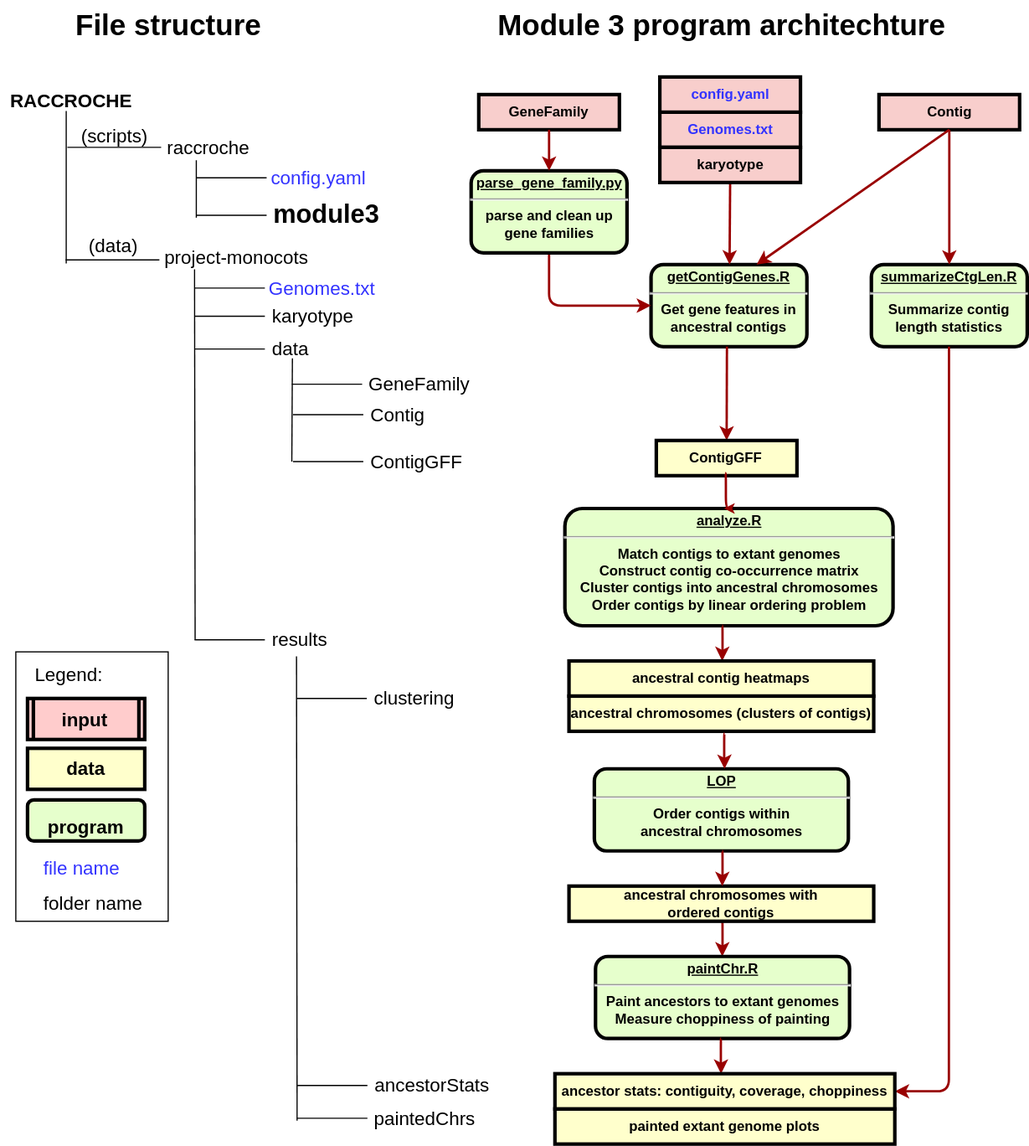
The draw.io diagram documentation/Module3-structure.svg in jin-repo/RACCROCHE, before a commit. Source tidied: cells renumbered, new cells last; positions are measured from the earlier drawing's top-left corner, leaving out a move shared by most shapes.
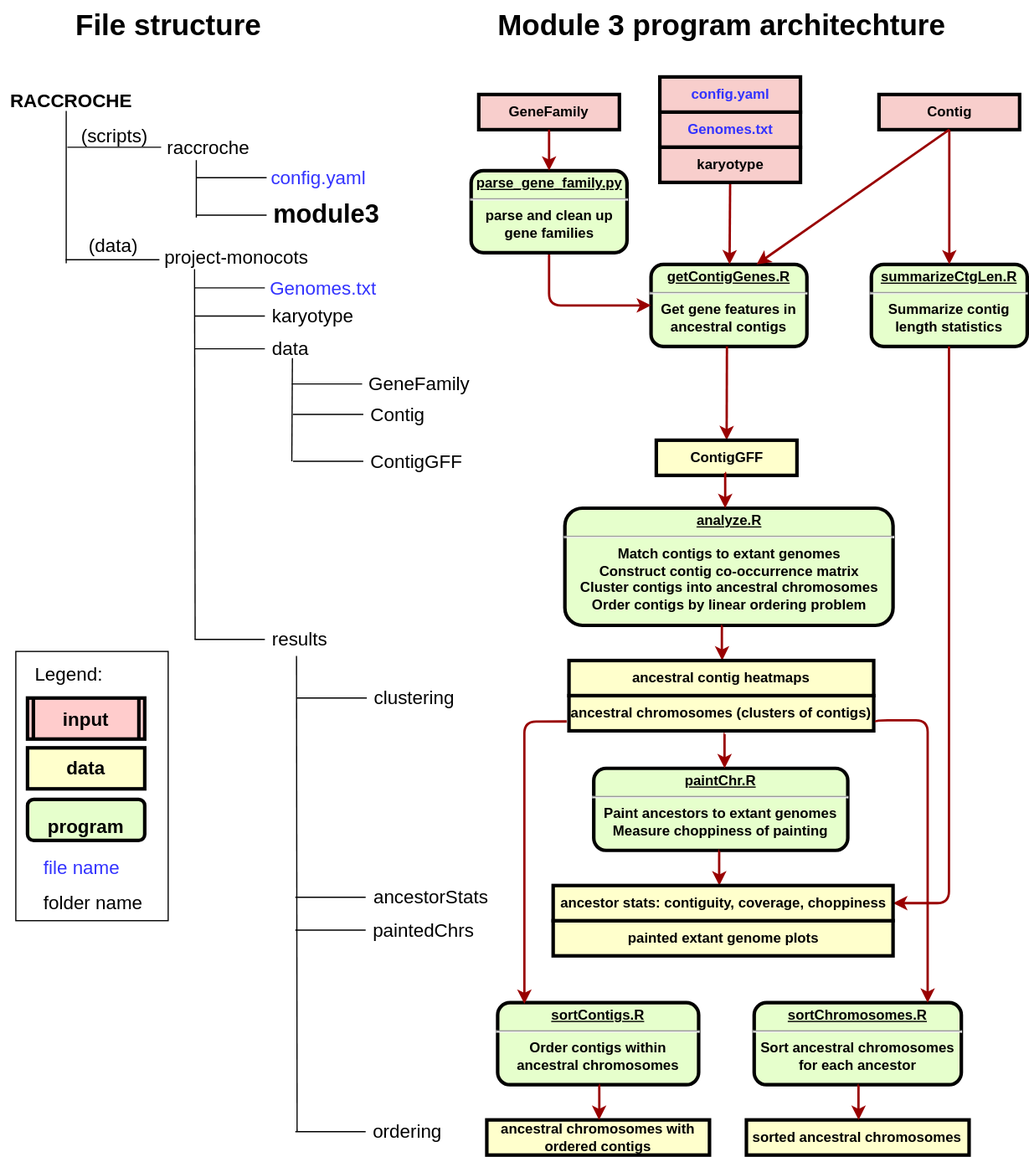
After the commit.

Commit message:
added scripts for sorting contigs/chromosomes

The edit, as a diff of the source:
```diff
@@ -218,7 +218,7 @@
     </mxCell>
     <mxCell id="56" style="endArrow=none;html=1;fontSize=16;" parent="8" edge="1">
       <mxGeometry x="289.5" y="727" as="geometry">
-        <mxPoint x="196" y="850" as="sourcePoint" />
+        <mxPoint x="196" y="860" as="sourcePoint" />
         <mxPoint x="195.5" y="454" as="targetPoint" />
       </mxGeometry>
     </mxCell>
@@ -257,7 +257,7 @@
       <mxGeometry relative="1" as="geometry">
         <mxPoint x="809.2" y="295" as="sourcePoint" />
         <Array as="points">
-          <mxPoint x="809" y="930" />
+          <mxPoint x="809" y="770" />
         </Array>
       </mxGeometry>
     </mxCell>
@@ -279,19 +279,13 @@
         <mxPoint x="615.7" y="563" as="targetPoint" />
       </mxGeometry>
     </mxCell>
-    <mxCell id="71" style="edgeStyle=elbowEdgeStyle;elbow=horizontal;strokeColor=#990000;strokeWidth=2;" parent="1" edge="1">
-      <mxGeometry relative="1" as="geometry">
-        <mxPoint x="615.8" y="785" as="sourcePoint" />
-        <mxPoint x="615.8" y="815" as="targetPoint" />
-      </mxGeometry>
-    </mxCell>
     <mxCell id="72" value="&lt;p style=&quot;margin: 0px ; margin-top: 4px ; text-align: center ; text-decoration: underline&quot;&gt;&lt;strong&gt;paintChr.R&lt;br&gt;&lt;/strong&gt;&lt;/p&gt;&lt;hr&gt;&lt;div&gt;Paint ancestors to extant genomes&lt;/div&gt;&lt;div&gt;Measure choppiness of painting&lt;br&gt;&lt;/div&gt;" style="verticalAlign=middle;align=center;overflow=fill;fontSize=12;fontFamily=Helvetica;html=1;rounded=1;fontStyle=1;strokeWidth=3;fillColor=#E6FFCC;" parent="1" vertex="1">
-      <mxGeometry x="507.6" y="815" width="216.8" height="70" as="geometry" />
+      <mxGeometry x="506.1" y="655" width="216.8" height="70" as="geometry" />
     </mxCell>
     <mxCell id="73" style="edgeStyle=elbowEdgeStyle;elbow=horizontal;strokeColor=#990000;strokeWidth=2;" parent="1" edge="1">
       <mxGeometry relative="1" as="geometry">
-        <mxPoint x="614.8" y="885" as="sourcePoint" />
-        <mxPoint x="614.8" y="915" as="targetPoint" />
+        <mxPoint x="613.3" y="725" as="sourcePoint" />
+        <mxPoint x="613.3" y="755" as="targetPoint" />
       </mxGeometry>
     </mxCell>
     <mxCell id="74" value="ancestral contig heatmaps" style="whiteSpace=wrap;align=center;verticalAlign=middle;fontStyle=1;strokeWidth=3;fillColor=#FFFFCC;" parent="1" vertex="1">
@@ -316,7 +310,7 @@
       <mxGeometry x="485" y="593" width="260" height="30" as="geometry" />
     </mxCell>
     <mxCell id="81" style="group;" parent="1" vertex="1">
-      <mxGeometry x="473" y="915" width="290" height="60" as="geometry" />
+      <mxGeometry x="471.5" y="755" width="290" height="60" as="geometry" />
     </mxCell>
     <mxCell id="82" value="painted extant genome plots" style="whiteSpace=wrap;align=center;verticalAlign=middle;fontStyle=1;strokeWidth=3;fillColor=#FFFFCC;" parent="81" vertex="1">
       <mxGeometry y="30" width="290" height="30" as="geometry" />
@@ -324,8 +318,8 @@
     <mxCell id="83" value="ancestor stats: contiguity, coverage, choppiness" style="whiteSpace=wrap;align=center;verticalAlign=middle;fontStyle=1;strokeWidth=3;fillColor=#FFFFCC;" parent="81" vertex="1">
       <mxGeometry width="290" height="30" as="geometry" />
     </mxCell>
-    <mxCell id="84" value="&lt;p style=&quot;margin: 0px ; margin-top: 4px ; text-align: center ; text-decoration: underline&quot;&gt;&lt;strong&gt;LOP&lt;br&gt;&lt;/strong&gt;&lt;/p&gt;&lt;hr&gt;&lt;div&gt;Order contigs within &lt;br&gt;&lt;/div&gt;&lt;div&gt;ancestral chromosomes&lt;/div&gt;" style="verticalAlign=middle;align=center;overflow=fill;fontSize=12;fontFamily=Helvetica;html=1;rounded=1;fontStyle=1;strokeWidth=3;fillColor=#E6FFCC;" parent="1" vertex="1">
-      <mxGeometry x="506.6" y="655" width="216.8" height="70" as="geometry" />
+    <mxCell id="84" value="&lt;p style=&quot;margin: 0px ; margin-top: 4px ; text-align: center ; text-decoration: underline&quot;&gt;&lt;strong&gt;sortContigs.R&lt;br&gt;&lt;/strong&gt;&lt;/p&gt;&lt;hr&gt;&lt;div&gt;Order contigs within &lt;br&gt;&lt;/div&gt;&lt;div&gt;ancestral chromosomes&lt;/div&gt;" style="verticalAlign=middle;align=center;overflow=fill;fontSize=12;fontFamily=Helvetica;html=1;rounded=1;fontStyle=1;strokeWidth=3;fillColor=#E6FFCC;" parent="1" vertex="1">
+      <mxGeometry x="424.1" y="855" width="171.5" height="70" as="geometry" />
     </mxCell>
     <mxCell id="85" style="edgeStyle=elbowEdgeStyle;elbow=horizontal;strokeColor=#990000;strokeWidth=2;" parent="1" edge="1">
       <mxGeometry relative="1" as="geometry">
@@ -334,31 +328,70 @@
       </mxGeometry>
     </mxCell>
     <mxCell id="86" value="ancestral chromosomes with &#10;ordered contigs" style="whiteSpace=wrap;align=center;verticalAlign=middle;fontStyle=1;strokeWidth=3;fillColor=#FFFFCC;" parent="1" vertex="1">
-      <mxGeometry x="485" y="755" width="260" height="30" as="geometry" />
+      <mxGeometry x="414.9" y="955" width="190" height="30" as="geometry" />
     </mxCell>
     <mxCell id="87" style="edgeStyle=elbowEdgeStyle;elbow=horizontal;strokeColor=#990000;strokeWidth=2;" parent="1" edge="1">
       <mxGeometry relative="1" as="geometry">
-        <mxPoint x="615.8" y="725" as="sourcePoint" />
-        <mxPoint x="615.8" y="755" as="targetPoint" />
+        <mxPoint x="510.6" y="925" as="sourcePoint" />
+        <mxPoint x="510.6" y="955" as="targetPoint" />
       </mxGeometry>
     </mxCell>
     <mxCell id="88" value="paintedChrs" style="text;html=1;align=left;verticalAlign=middle;fontSize=16;" parent="1" vertex="1">
-      <mxGeometry x="317" y="943" width="100" height="20" as="geometry" />
+      <mxGeometry x="315.5" y="783" width="100" height="20" as="geometry" />
     </mxCell>
     <mxCell id="89" style="endArrow=none;html=1;fontSize=16;" parent="1" edge="1">
-      <mxGeometry x="384" y="1153" as="geometry">
-        <mxPoint x="253" y="953" as="sourcePoint" />
-        <mxPoint x="313" y="953" as="targetPoint" />
+      <mxGeometry x="382.5" y="993" as="geometry">
+        <mxPoint x="251.5" y="793" as="sourcePoint" />
+        <mxPoint x="311.5" y="793" as="targetPoint" />
       </mxGeometry>
     </mxCell>
     <mxCell id="90" value="ancestorStats" style="text;html=1;align=center;verticalAlign=middle;fontSize=16;" parent="1" vertex="1">
-      <mxGeometry x="313" y="915" width="110" height="20" as="geometry" />
+      <mxGeometry x="311.5" y="755" width="110" height="20" as="geometry" />
     </mxCell>
     <mxCell id="91" style="endArrow=none;html=1;fontSize=16;" parent="1" edge="1">
       <mxGeometry relative="1" as="geometry">
-        <mxPoint x="253" y="925" as="sourcePoint" />
-        <mxPoint x="313" y="925" as="targetPoint" />
+        <mxPoint x="251.5" y="765" as="sourcePoint" />
+        <mxPoint x="311.5" y="765" as="targetPoint" />
       </mxGeometry>
     </mxCell>
+    <mxCell id="92" value="&lt;p style=&quot;margin: 0px ; margin-top: 4px ; text-align: center ; text-decoration: underline&quot;&gt;&lt;strong&gt;sortChromosomes.R&lt;br&gt;&lt;/strong&gt;&lt;/p&gt;&lt;hr&gt;&lt;div&gt;Sort ancestral chromosomes&lt;/div&gt;&lt;div&gt;for each ancestor&lt;/div&gt;" style="verticalAlign=middle;align=center;overflow=fill;fontSize=12;fontFamily=Helvetica;html=1;rounded=1;fontStyle=1;strokeWidth=3;fillColor=#E6FFCC;" parent="1" vertex="1">
+      <mxGeometry x="643" y="855" width="176.8" height="70" as="geometry" />
+    </mxCell>
+    <mxCell id="93" value="sorted ancestral chromosomes" style="whiteSpace=wrap;align=center;verticalAlign=middle;fontStyle=1;strokeWidth=3;fillColor=#FFFFCC;" parent="1" vertex="1">
+      <mxGeometry x="636.4" y="955" width="190" height="30" as="geometry" />
+    </mxCell>
+    <mxCell id="94" style="edgeStyle=elbowEdgeStyle;elbow=horizontal;strokeColor=#990000;strokeWidth=2;" parent="1" edge="1">
+      <mxGeometry relative="1" as="geometry">
+        <mxPoint x="732.1" y="925" as="sourcePoint" />
+        <mxPoint x="732.1" y="955" as="targetPoint" />
+      </mxGeometry>
+    </mxCell>
+    <mxCell id="95" value="&lt;div&gt;ordering&lt;/div&gt;" style="text;html=1;align=left;verticalAlign=middle;fontSize=16;" parent="1" vertex="1">
+      <mxGeometry x="315.5" y="955" width="70" height="20" as="geometry" />
+    </mxCell>
+    <mxCell id="96" style="endArrow=none;html=1;fontSize=16;" parent="1" edge="1">
+      <mxGeometry x="382.5" y="1165" as="geometry">
+        <mxPoint x="251.5" y="965" as="sourcePoint" />
+        <mxPoint x="311.5" y="965" as="targetPoint" />
+      </mxGeometry>
+    </mxCell>
+    <mxCell id="97" style="edgeStyle=orthogonalEdgeStyle;elbow=horizontal;strokeColor=#990000;strokeWidth=2;entryX=0.133;entryY=0.014;entryDx=0;entryDy=0;entryPerimeter=0;" parent="1" edge="1" target="84">
+      <mxGeometry relative="1" as="geometry">
+        <mxPoint x="483" y="615" as="sourcePoint" />
+        <Array as="points">
+          <mxPoint x="447" y="615" />
+        </Array>
+      </mxGeometry>
+    </mxCell>
+    <mxCell id="98" style="edgeStyle=orthogonalEdgeStyle;elbow=horizontal;strokeColor=#990000;strokeWidth=2;entryX=0.133;entryY=0.014;entryDx=0;entryDy=0;entryPerimeter=0;exitX=1;exitY=0.75;exitDx=0;exitDy=0;" parent="1" edge="1">
+      <mxGeometry relative="1" as="geometry">
+        <mxPoint x="747" y="615.5" as="sourcePoint" />
+        <mxPoint x="791" y="855" as="targetPoint" />
+        <Array as="points">
+          <mxPoint x="747" y="614" />
+          <mxPoint x="791" y="614" />
+        </Array>
+      </mxGeometry>
+    </mxCell>
   </root>
 </mxGraphModel>
```
